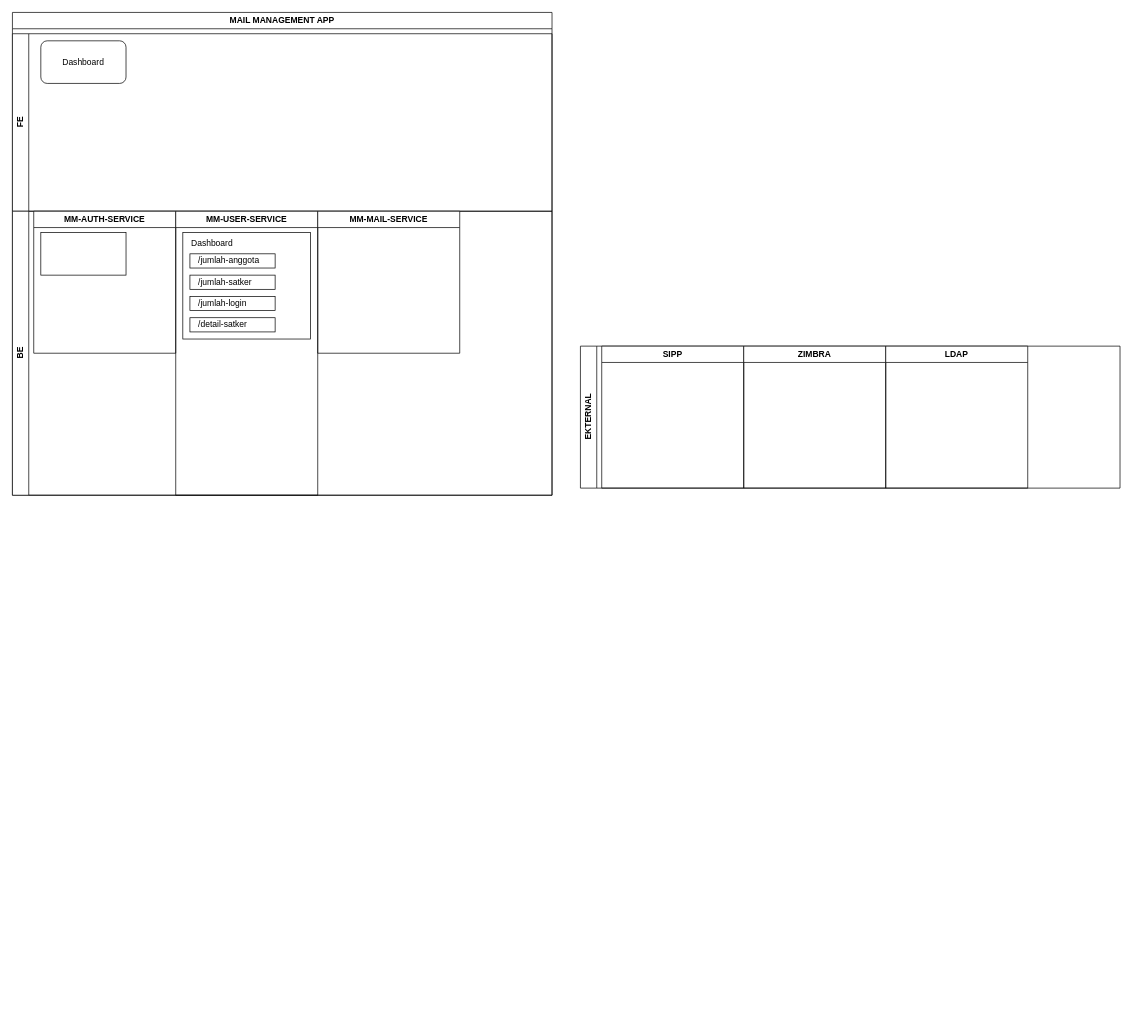
This is page "tech-arsitektur-service" (5 of 5) of admin_polri.drawio from fsdio/draw.io.dev, a draw.io file, before an edit. Source tidied: cells renumbered, new cells numbered last; positions are measured from the earlier drawing's top-left corner, leaving out a move shared by most shapes. Both pictures are drawn from the tidied source at 71%, with x=0, y=0 at pixel (12, 12).
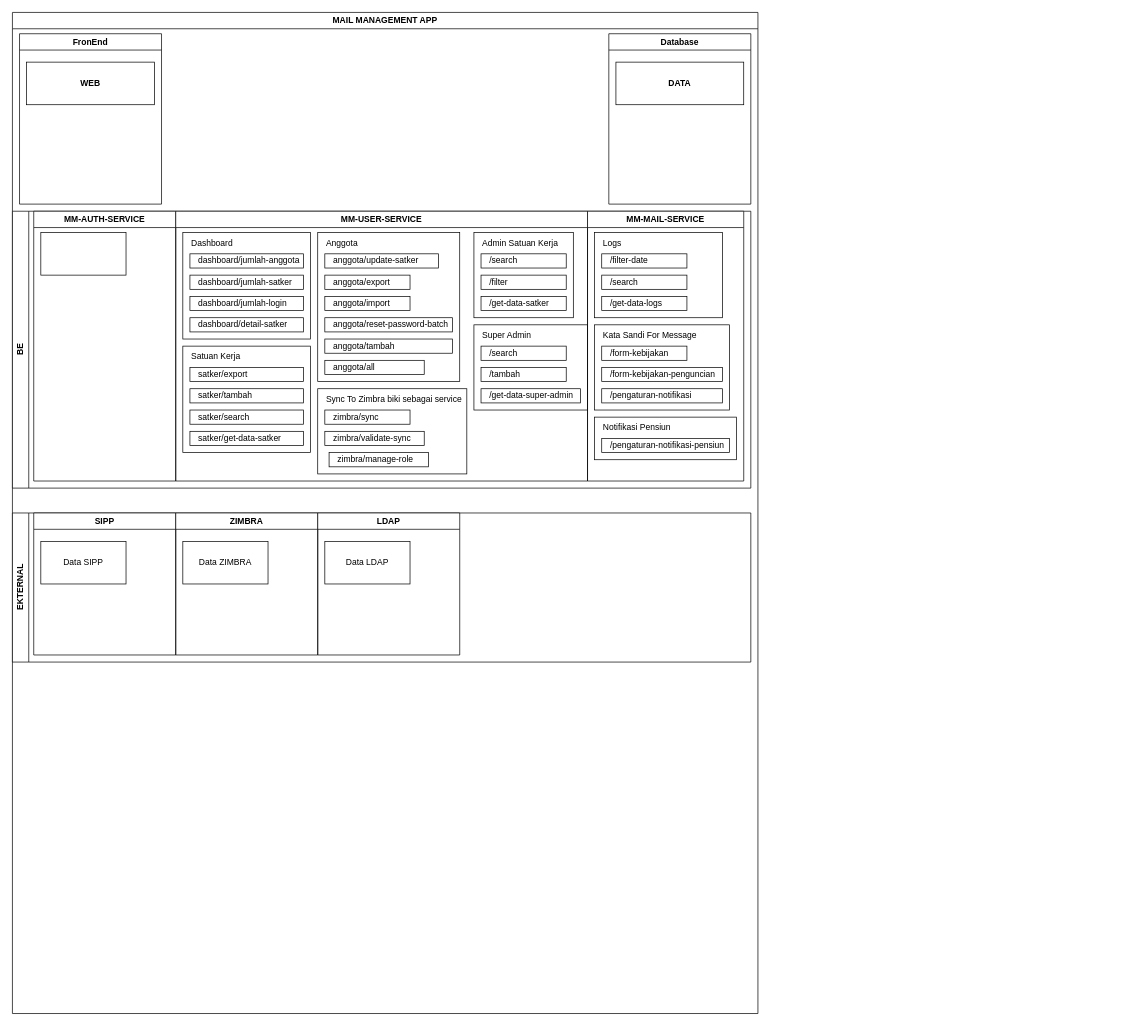
After the change.

Unchanged cells that the change refers to:
```xml
<mxCell id="17" value="SIPP" style="swimlane;whiteSpace=wrap;html=1;" parent="16" vertex="1">
  <mxGeometry x="30" width="200" height="200" as="geometry" />
</mxCell>
<mxCell id="18" value="ZIMBRA" style="swimlane;whiteSpace=wrap;html=1;" parent="16" vertex="1">
  <mxGeometry x="230" width="200" height="200" as="geometry" />
</mxCell>
<mxCell id="19" value="LDAP" style="swimlane;whiteSpace=wrap;html=1;" parent="16" vertex="1">
  <mxGeometry x="430" width="200" height="200" as="geometry" />
</mxCell>
```

What changed in the source:
```diff
@@
     <mxCell id="2" value="MAIL MANAGEMENT APP" style="swimlane;whiteSpace=wrap;html=1;" parent="1" vertex="1">
-      <mxGeometry width="760" height="680" as="geometry" />
+      <mxGeometry width="1050" height="1410" as="geometry" />
     </mxCell>
-    <mxCell id="3" value="FE" style="swimlane;horizontal=0;whiteSpace=wrap;html=1;startSize=23;" parent="2" vertex="1">
-      <mxGeometry y="30" width="760" height="250" as="geometry" />
-    </mxCell>
-    <mxCell id="4" value="Dashboard" style="rounded=1;whiteSpace=wrap;html=1;" parent="3" vertex="1">
-      <mxGeometry x="40" y="10" width="120" height="60" as="geometry" />
-    </mxCell>
     <mxCell id="5" value="BE" style="swimlane;horizontal=0;whiteSpace=wrap;html=1;startSize=23;" parent="2" vertex="1">
-      <mxGeometry y="280" width="760" height="400" as="geometry" />
+      <mxGeometry y="280" width="1040" height="390" as="geometry" />
     </mxCell>
     <mxCell id="6" value="MM-AUTH-SERVICE" style="swimlane;whiteSpace=wrap;html=1;" parent="5" vertex="1">
-      <mxGeometry x="30" width="200" height="200" as="geometry" />
+      <mxGeometry x="30" width="200" height="380" as="geometry" />
     </mxCell>
@@
     <mxCell id="8" value="MM-USER-SERVICE" style="swimlane;whiteSpace=wrap;html=1;" parent="5" vertex="1">
-      <mxGeometry x="230" width="200" height="400" as="geometry" />
+      <mxGeometry x="230" width="580" height="380" as="geometry" />
     </mxCell>
@@
-    <mxCell id="10" value="/jumlah-anggota" style="rounded=0;whiteSpace=wrap;html=1;align=left;spacingLeft=10;" parent="8" vertex="1">
-      <mxGeometry x="20" y="60" width="120" height="20" as="geometry" />
+    <mxCell id="10" value="dashboard/jumlah-anggota" style="rounded=0;whiteSpace=wrap;html=1;align=left;spacingLeft=10;" parent="8" vertex="1">
+      <mxGeometry x="20" y="60" width="160" height="20" as="geometry" />
     </mxCell>
-    <mxCell id="11" value="/jumlah-satker" style="rounded=0;whiteSpace=wrap;html=1;align=left;spacingLeft=10;" parent="8" vertex="1">
-      <mxGeometry x="20" y="90" width="120" height="20" as="geometry" />
+    <mxCell id="11" value="dashboard/jumlah-satker" style="rounded=0;whiteSpace=wrap;html=1;align=left;spacingLeft=10;" parent="8" vertex="1">
+      <mxGeometry x="20" y="90" width="160" height="20" as="geometry" />
     </mxCell>
-    <mxCell id="12" value="/jumlah-login" style="rounded=0;whiteSpace=wrap;html=1;align=left;spacingLeft=10;" parent="8" vertex="1">
-      <mxGeometry x="20" y="120" width="120" height="20" as="geometry" />
+    <mxCell id="12" value="dashboard/jumlah-login" style="rounded=0;whiteSpace=wrap;html=1;align=left;spacingLeft=10;" parent="8" vertex="1">
+      <mxGeometry x="20" y="120" width="160" height="20" as="geometry" />
     </mxCell>
-    <mxCell id="13" value="/detail-satker" style="rounded=0;whiteSpace=wrap;html=1;align=left;spacingLeft=10;" parent="8" vertex="1">
-      <mxGeometry x="20" y="150" width="120" height="20" as="geometry" />
+    <mxCell id="13" value="dashboard/detail-satker" style="rounded=0;whiteSpace=wrap;html=1;align=left;spacingLeft=10;" parent="8" vertex="1">
+      <mxGeometry x="20" y="150" width="160" height="20" as="geometry" />
     </mxCell>
@@
+    <mxCell id="20" style="rounded=0;whiteSpace=wrap;html=1;" parent="8" vertex="1">
+      <mxGeometry x="200" y="30" width="200" height="210" as="geometry" />
+    </mxCell>
+    <mxCell id="21" value="anggota/export" style="rounded=0;whiteSpace=wrap;html=1;align=left;spacingLeft=10;" parent="8" vertex="1">
+      <mxGeometry x="210" y="90" width="120" height="20" as="geometry" />
+    </mxCell>
+    <mxCell id="22" value="anggota/import" style="rounded=0;whiteSpace=wrap;html=1;align=left;spacingLeft=10;" parent="8" vertex="1">
+      <mxGeometry x="210" y="120" width="120" height="20" as="geometry" />
+    </mxCell>
+    <mxCell id="23" value="anggota/reset-password-batch" style="rounded=0;whiteSpace=wrap;html=1;align=left;spacingLeft=10;" parent="8" vertex="1">
+      <mxGeometry x="210" y="150" width="180" height="20" as="geometry" />
+    </mxCell>
+    <mxCell id="24" value="Anggota" style="text;html=1;align=left;verticalAlign=middle;whiteSpace=wrap;rounded=0;spacingLeft=10;" parent="8" vertex="1">
+      <mxGeometry x="200" y="30" width="180" height="30" as="geometry" />
+    </mxCell>
+    <mxCell id="25" value="anggota/tambah" style="rounded=0;whiteSpace=wrap;html=1;align=left;spacingLeft=10;" parent="8" vertex="1">
+      <mxGeometry x="210" y="180" width="180" height="20" as="geometry" />
+    </mxCell>
+    <mxCell id="26" value="anggota/all" style="rounded=0;whiteSpace=wrap;html=1;align=left;spacingLeft=10;" parent="8" vertex="1">
+      <mxGeometry x="210" y="210" width="140" height="20" as="geometry" />
+    </mxCell>
+    <mxCell id="27" style="rounded=0;whiteSpace=wrap;html=1;" parent="8" vertex="1">
+      <mxGeometry x="10" y="190" width="180" height="150" as="geometry" />
+    </mxCell>
+    <mxCell id="28" value="satker/export" style="rounded=0;whiteSpace=wrap;html=1;align=left;spacingLeft=10;" parent="8" vertex="1">
+      <mxGeometry x="20" y="220" width="160" height="20" as="geometry" />
+    </mxCell>
+    <mxCell id="29" value="satker/tambah" style="rounded=0;whiteSpace=wrap;html=1;align=left;spacingLeft=10;" parent="8" vertex="1">
+      <mxGeometry x="20" y="250" width="160" height="20" as="geometry" />
+    </mxCell>
+    <mxCell id="30" value="satker/search" style="rounded=0;whiteSpace=wrap;html=1;align=left;spacingLeft=10;" parent="8" vertex="1">
+      <mxGeometry x="20" y="280" width="160" height="20" as="geometry" />
+    </mxCell>
+    <mxCell id="31" value="satker/get-data-satker" style="rounded=0;whiteSpace=wrap;html=1;align=left;spacingLeft=10;" parent="8" vertex="1">
+      <mxGeometry x="20" y="310" width="160" height="20" as="geometry" />
+    </mxCell>
+    <mxCell id="32" value="Satuan Kerja" style="text;html=1;align=left;verticalAlign=middle;whiteSpace=wrap;rounded=0;spacingLeft=10;" parent="8" vertex="1">
+      <mxGeometry x="10" y="190" width="180" height="30" as="geometry" />
+    </mxCell>
+    <mxCell id="33" style="rounded=0;whiteSpace=wrap;html=1;" parent="8" vertex="1">
+      <mxGeometry x="420" y="30" width="140" height="120" as="geometry" />
+    </mxCell>
+    <mxCell id="34" value="/search" style="rounded=0;whiteSpace=wrap;html=1;align=left;spacingLeft=10;" parent="8" vertex="1">
+      <mxGeometry x="430" y="60" width="120" height="20" as="geometry" />
+    </mxCell>
+    <mxCell id="35" value="/filter" style="rounded=0;whiteSpace=wrap;html=1;align=left;spacingLeft=10;" parent="8" vertex="1">
+      <mxGeometry x="430" y="90" width="120" height="20" as="geometry" />
+    </mxCell>
+    <mxCell id="36" value="/get-data-satker" style="rounded=0;whiteSpace=wrap;html=1;align=left;spacingLeft=10;" parent="8" vertex="1">
+      <mxGeometry x="430" y="120" width="120" height="20" as="geometry" />
+    </mxCell>
+    <mxCell id="37" value="Admin Satuan Kerja" style="text;html=1;align=left;verticalAlign=middle;whiteSpace=wrap;rounded=0;spacingLeft=10;" parent="8" vertex="1">
+      <mxGeometry x="420" y="30" width="140" height="30" as="geometry" />
+    </mxCell>
+    <mxCell id="38" style="rounded=0;whiteSpace=wrap;html=1;" parent="8" vertex="1">
+      <mxGeometry x="420" y="160" width="160" height="120" as="geometry" />
+    </mxCell>
+    <mxCell id="39" value="/search" style="rounded=0;whiteSpace=wrap;html=1;align=left;spacingLeft=10;" parent="8" vertex="1">
+      <mxGeometry x="430" y="190" width="120" height="20" as="geometry" />
+    </mxCell>
+    <mxCell id="40" value="/tambah" style="rounded=0;whiteSpace=wrap;html=1;align=left;spacingLeft=10;" parent="8" vertex="1">
+      <mxGeometry x="430" y="220" width="120" height="20" as="geometry" />
+    </mxCell>
+    <mxCell id="41" value="/get-data-super-admin" style="rounded=0;whiteSpace=wrap;html=1;align=left;spacingLeft=10;" parent="8" vertex="1">
+      <mxGeometry x="430" y="250" width="140" height="20" as="geometry" />
+    </mxCell>
+    <mxCell id="42" value="Super Admin" style="text;html=1;align=left;verticalAlign=middle;whiteSpace=wrap;rounded=0;spacingLeft=10;" parent="8" vertex="1">
+      <mxGeometry x="420" y="160" width="160" height="30" as="geometry" />
+    </mxCell>
+    <mxCell id="43" style="rounded=0;whiteSpace=wrap;html=1;" parent="8" vertex="1">
+      <mxGeometry x="200" y="250" width="210" height="120" as="geometry" />
+    </mxCell>
+    <mxCell id="44" value="zimbra/sync" style="rounded=0;whiteSpace=wrap;html=1;align=left;spacingLeft=10;" parent="8" vertex="1">
+      <mxGeometry x="210" y="280" width="120" height="20" as="geometry" />
+    </mxCell>
+    <mxCell id="45" value="zimbra/validate-sync" style="rounded=0;whiteSpace=wrap;html=1;align=left;spacingLeft=10;" parent="8" vertex="1">
+      <mxGeometry x="210" y="310" width="140" height="20" as="geometry" />
+    </mxCell>
+    <mxCell id="46" value="zimbra/manage-role" style="rounded=0;whiteSpace=wrap;html=1;align=left;spacingLeft=10;" parent="8" vertex="1">
+      <mxGeometry x="216" y="340" width="140" height="20" as="geometry" />
+    </mxCell>
+    <mxCell id="47" value="Sync To Zimbra biki sebagai service" style="text;html=1;align=left;verticalAlign=middle;whiteSpace=wrap;rounded=0;spacingLeft=10;" parent="8" vertex="1">
+      <mxGeometry x="200" y="250" width="210" height="30" as="geometry" />
+    </mxCell>
+    <mxCell id="48" value="anggota/update-satker" style="rounded=0;whiteSpace=wrap;html=1;align=left;spacingLeft=10;" parent="8" vertex="1">
+      <mxGeometry x="210" y="60" width="160" height="20" as="geometry" />
+    </mxCell>
-    <mxCell id="15" value="MM-MAIL-SERVICE" style="swimlane;whiteSpace=wrap;html=1;" parent="5" vertex="1">
-      <mxGeometry x="430" width="200" height="200" as="geometry" />
+    <mxCell id="15" value="MM-MAIL-SERVICE" style="swimlane;whiteSpace=wrap;html=1;" parent="2" vertex="1">
+      <mxGeometry x="810" y="280" width="220" height="380" as="geometry" />
     </mxCell>
+    <mxCell id="49" style="rounded=0;whiteSpace=wrap;html=1;" parent="15" vertex="1">
+      <mxGeometry x="10" y="30" width="180" height="120" as="geometry" />
+    </mxCell>
+    <mxCell id="50" value="/filter-date" style="rounded=0;whiteSpace=wrap;html=1;align=left;spacingLeft=10;" parent="15" vertex="1">
+      <mxGeometry x="20" y="60" width="120" height="20" as="geometry" />
+    </mxCell>
+    <mxCell id="51" value="/search" style="rounded=0;whiteSpace=wrap;html=1;align=left;spacingLeft=10;" parent="15" vertex="1">
+      <mxGeometry x="20" y="90" width="120" height="20" as="geometry" />
+    </mxCell>
+    <mxCell id="52" value="/get-data-logs" style="rounded=0;whiteSpace=wrap;html=1;align=left;spacingLeft=10;" parent="15" vertex="1">
+      <mxGeometry x="20" y="120" width="120" height="20" as="geometry" />
+    </mxCell>
+    <mxCell id="53" value="Logs" style="text;html=1;align=left;verticalAlign=middle;whiteSpace=wrap;rounded=0;spacingLeft=10;" parent="15" vertex="1">
+      <mxGeometry x="10" y="30" width="180" height="30" as="geometry" />
+    </mxCell>
+    <mxCell id="54" style="rounded=0;whiteSpace=wrap;html=1;" parent="15" vertex="1">
+      <mxGeometry x="10" y="160" width="190" height="120" as="geometry" />
+    </mxCell>
+    <mxCell id="55" value="/form-kebijakan" style="rounded=0;whiteSpace=wrap;html=1;align=left;spacingLeft=10;" parent="15" vertex="1">
+      <mxGeometry x="20" y="190" width="120" height="20" as="geometry" />
+    </mxCell>
+    <mxCell id="56" value="/form-kebijakan-penguncian" style="rounded=0;whiteSpace=wrap;html=1;align=left;spacingLeft=10;" parent="15" vertex="1">
+      <mxGeometry x="20" y="220" width="170" height="20" as="geometry" />
+    </mxCell>
+    <mxCell id="57" value="Kata Sandi For Message" style="text;html=1;align=left;verticalAlign=middle;whiteSpace=wrap;rounded=0;spacingLeft=10;" parent="15" vertex="1">
+      <mxGeometry x="10" y="160" width="180" height="30" as="geometry" />
+    </mxCell>
+    <mxCell id="58" value="/pengaturan-notifikasi" style="rounded=0;whiteSpace=wrap;html=1;align=left;spacingLeft=10;" parent="15" vertex="1">
+      <mxGeometry x="20" y="250" width="170" height="20" as="geometry" />
+    </mxCell>
+    <mxCell id="59" style="rounded=0;whiteSpace=wrap;html=1;" parent="15" vertex="1">
+      <mxGeometry x="10" y="290" width="200" height="60" as="geometry" />
+    </mxCell>
+    <mxCell id="60" value="/pengaturan-notifikasi-pensiun" style="rounded=0;whiteSpace=wrap;html=1;align=left;spacingLeft=10;" parent="15" vertex="1">
+      <mxGeometry x="20" y="320" width="180" height="20" as="geometry" />
+    </mxCell>
+    <mxCell id="61" value="Notifikasi Pensiun" style="text;html=1;align=left;verticalAlign=middle;whiteSpace=wrap;rounded=0;spacingLeft=10;" parent="15" vertex="1">
+      <mxGeometry x="10" y="290" width="180" height="30" as="geometry" />
+    </mxCell>
-    <mxCell id="16" value="EKTERNAL" style="swimlane;horizontal=0;whiteSpace=wrap;html=1;startSize=23;" parent="1" vertex="1">
-      <mxGeometry x="800" y="470" width="760" height="200" as="geometry" />
+    <mxCell id="16" value="EKTERNAL" style="swimlane;horizontal=0;whiteSpace=wrap;html=1;startSize=23;" parent="2" vertex="1">
+      <mxGeometry y="705" width="1040" height="210" as="geometry" />
     </mxCell>
@@
+    <mxCell id="62" value="Data SIPP" style="rounded=0;whiteSpace=wrap;html=1;" parent="17" vertex="1">
+      <mxGeometry x="10" y="40" width="120" height="60" as="geometry" />
+    </mxCell>
@@
+    <mxCell id="63" value="Data ZIMBRA" style="rounded=0;whiteSpace=wrap;html=1;" parent="18" vertex="1">
+      <mxGeometry x="10" y="40" width="120" height="60" as="geometry" />
+    </mxCell>
@@
+    <mxCell id="64" value="Data LDAP" style="rounded=0;whiteSpace=wrap;html=1;" parent="19" vertex="1">
+      <mxGeometry x="10" y="40" width="120" height="60" as="geometry" />
+    </mxCell>
+    <mxCell id="65" value="Database" style="swimlane;whiteSpace=wrap;html=1;startSize=23;" parent="2" vertex="1">
+      <mxGeometry x="840" y="30" width="200" height="240" as="geometry" />
+    </mxCell>
+    <mxCell id="66" value="&lt;b&gt;DATA&lt;/b&gt;" style="rounded=0;whiteSpace=wrap;html=1;" parent="65" vertex="1">
+      <mxGeometry x="10" y="40" width="180" height="60" as="geometry" />
+    </mxCell>
+    <mxCell id="67" value="FronEnd" style="swimlane;whiteSpace=wrap;html=1;startSize=23;" parent="2" vertex="1">
+      <mxGeometry x="10" y="30" width="200" height="240" as="geometry" />
+    </mxCell>
+    <mxCell id="68" value="&lt;b&gt;WEB&lt;/b&gt;" style="rounded=0;whiteSpace=wrap;html=1;" parent="67" vertex="1">
+      <mxGeometry x="10" y="40" width="180" height="60" as="geometry" />
+    </mxCell>
```
